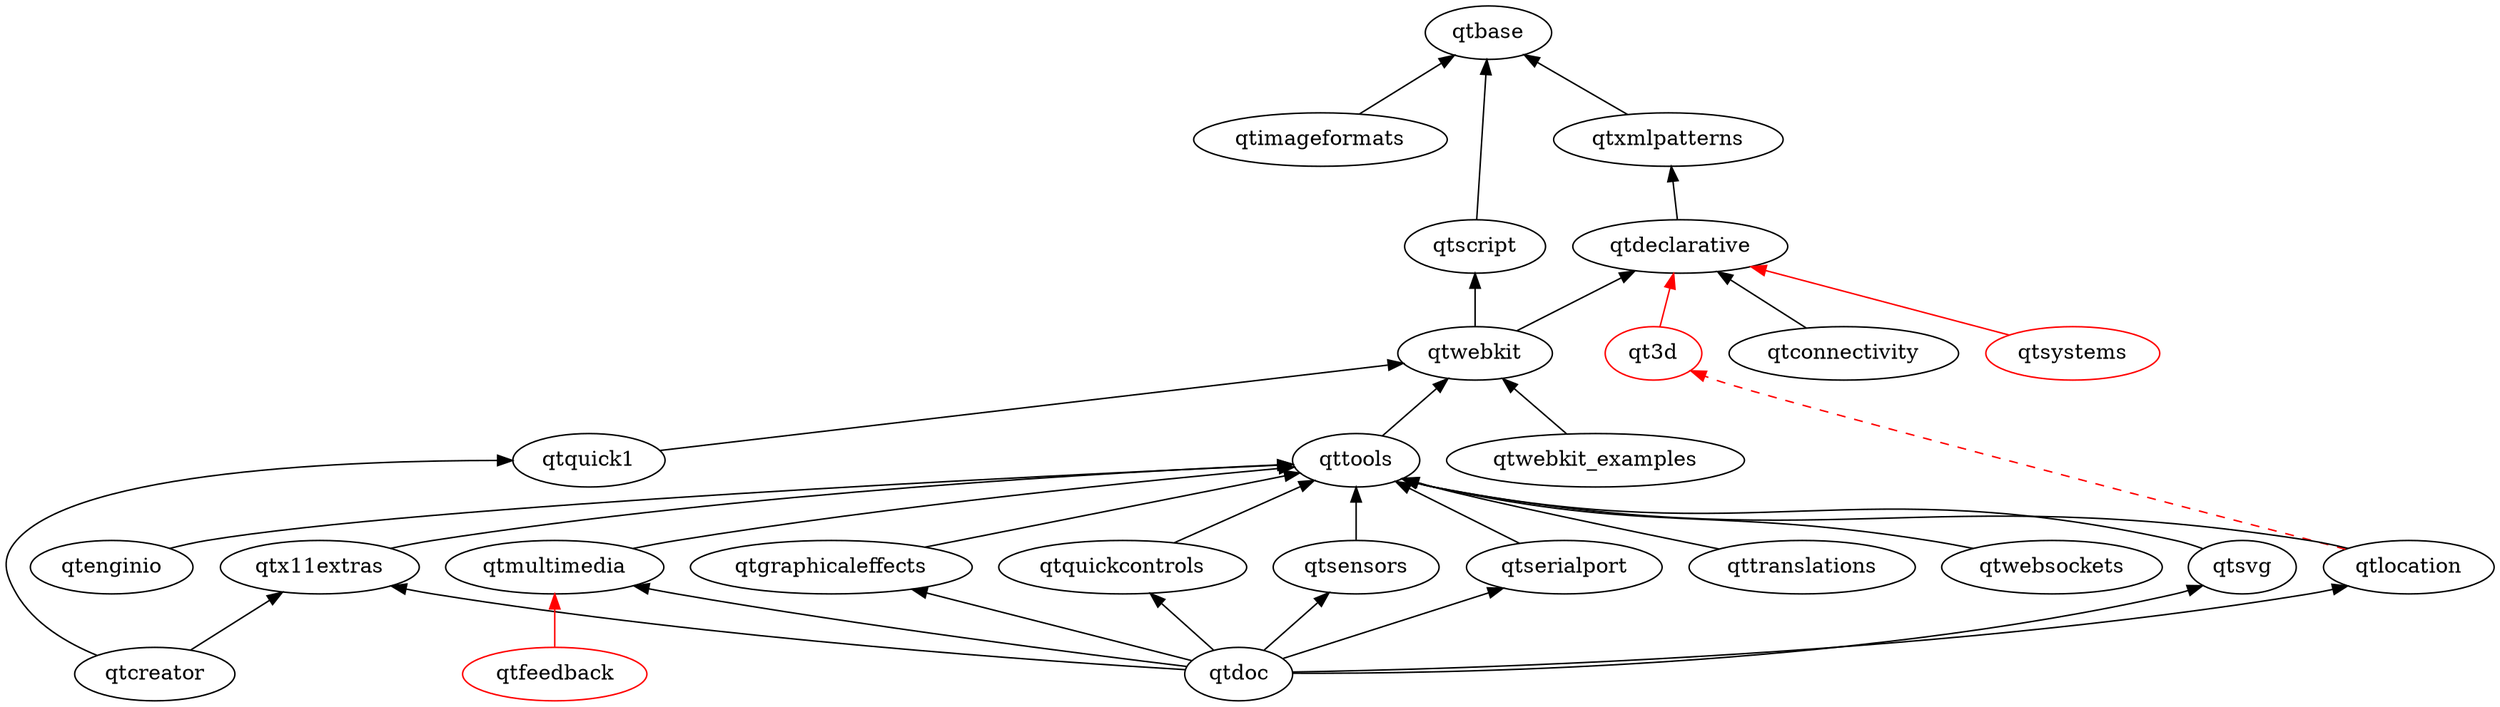
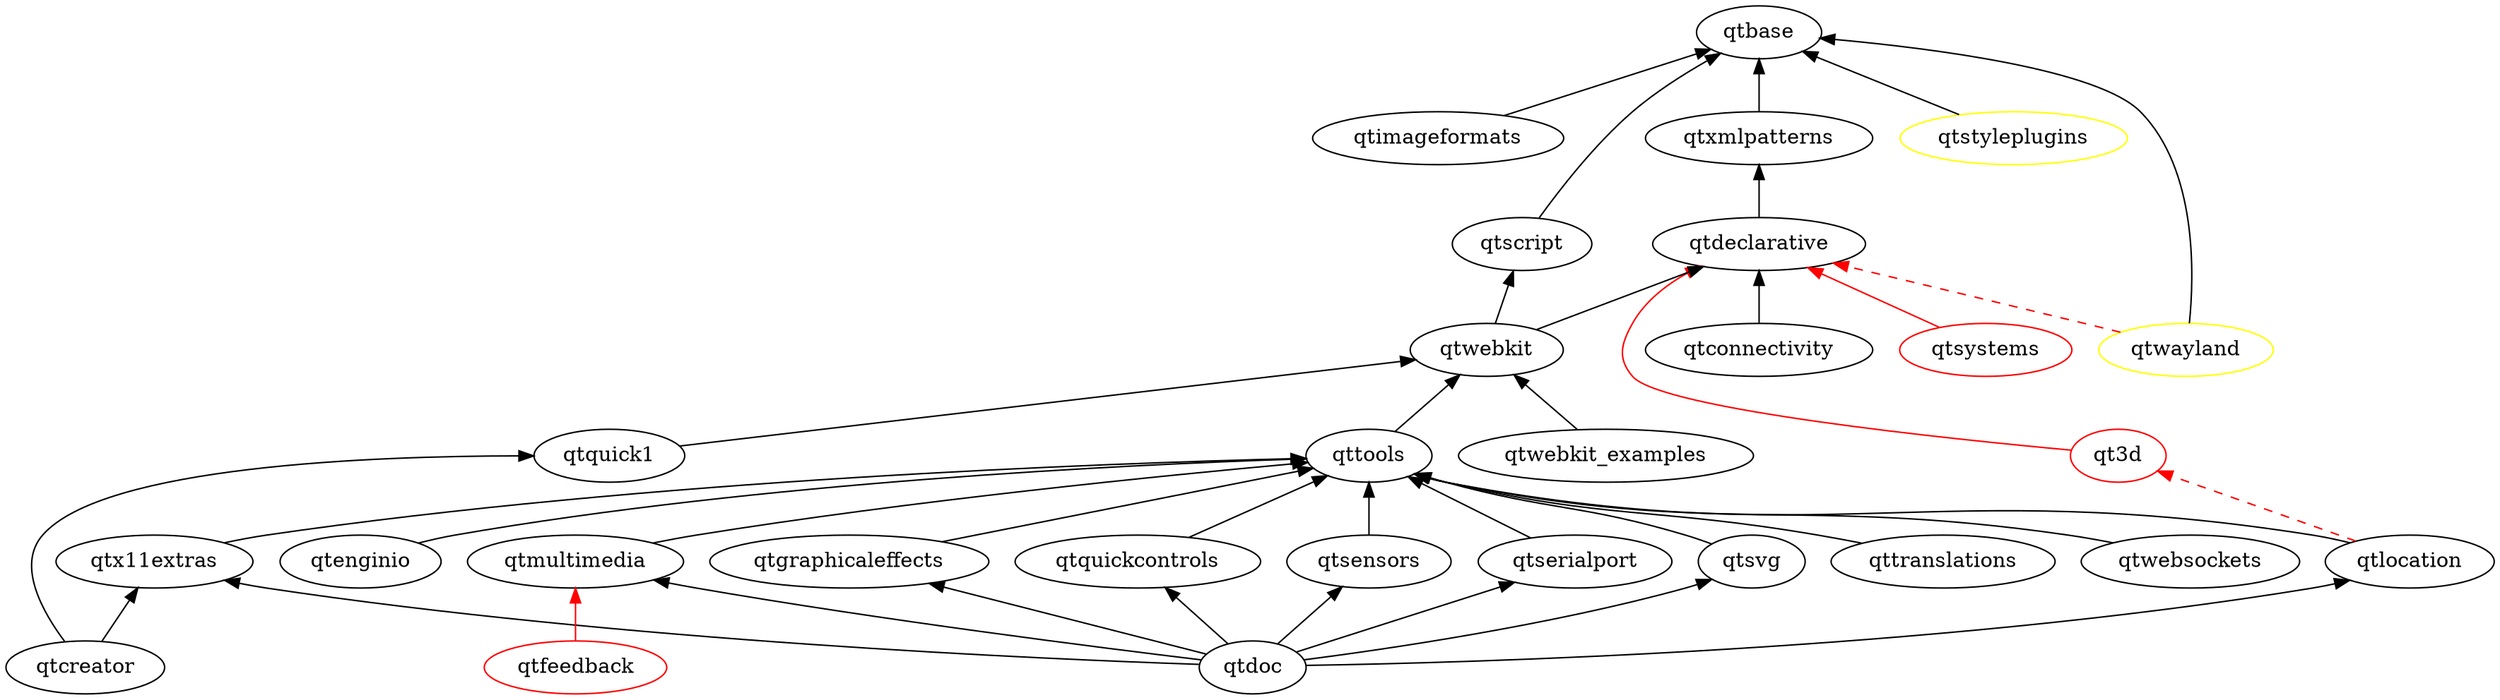
digraph qt5 {
  graph [
    rankdir = "BT"
  ]

  qt3d [ color = red ]
  qtbase
  qtconnectivity
  qtcreator
  qtdeclarative
  qtdoc
  qtenginio
  qtfeedback [ color = red ]
  qtgraphicaleffects
  qtimageformats
  qtlocation
  qtmultimedia
  qtquick1
  qtquickcontrols
  qtscript
  qtsensors
  qtserialport
+   qtstyleplugins [ color = yellow ]
  qtsvg
  qtsystems [ color = red ]
  qttools
  qttranslations
+   qtwayland [ color = yellow ]
  qtwebkit
  qtwebkit_examples
  qtwebsockets
  qtx11extras
  qtxmlpatterns

  qtconnectivity -> qtdeclarative
  qtcreator -> qtx11extras
  qtcreator -> qtquick1
  qtdeclarative -> qtxmlpatterns
  qtdoc -> qtgraphicaleffects
  qtdoc -> qtmultimedia
  qtdoc -> qtlocation
  qtdoc -> qtquickcontrols
  qtdoc -> qtsensors
  qtdoc -> qtserialport
  qtdoc -> qtsvg
  qtdoc -> qtx11extras
  qtenginio -> qttools
  qtgraphicaleffects -> qttools
  qtimageformats -> qtbase
  qtmultimedia -> qttools
  qtquick1 -> qtwebkit
  qtquickcontrols -> qttools
  qtsensors -> qttools
  qtserialport -> qttools
  qtscript -> qtbase
+   qtstyleplugins -> qtbase
  qtsvg -> qttools
  qttools -> qtwebkit
  qttranslations -> qttools
+   qtwayland -> qtbase
  qtwebkit -> qtscript
  qtwebkit -> qtdeclarative
  qtwebkit_examples -> qtwebkit
  qtwebsockets -> qttools
  qtx11extras -> qttools
  qtxmlpatterns -> qtbase
  qtlocation -> qttools

  // unsure/not-uploaded
  qt3d -> qtdeclarative [ color = red ]
  qtfeedback -> qtmultimedia [ color = red ]
-   qtlocation -> qt3d [color = red style = dashed]
+   qtlocation -> qt3d [ color = red style = dashed ]
  qtsystems -> qtdeclarative [ color = red ]
+   qtwayland -> qtdeclarative [ color = red style = dashed ]
}
